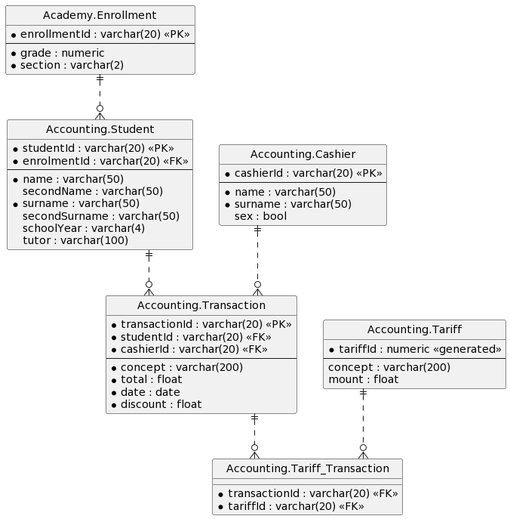
Earlier version of the PlantUML export out/DesignView/database.png (wsmcbl/wsmcbl.doc).
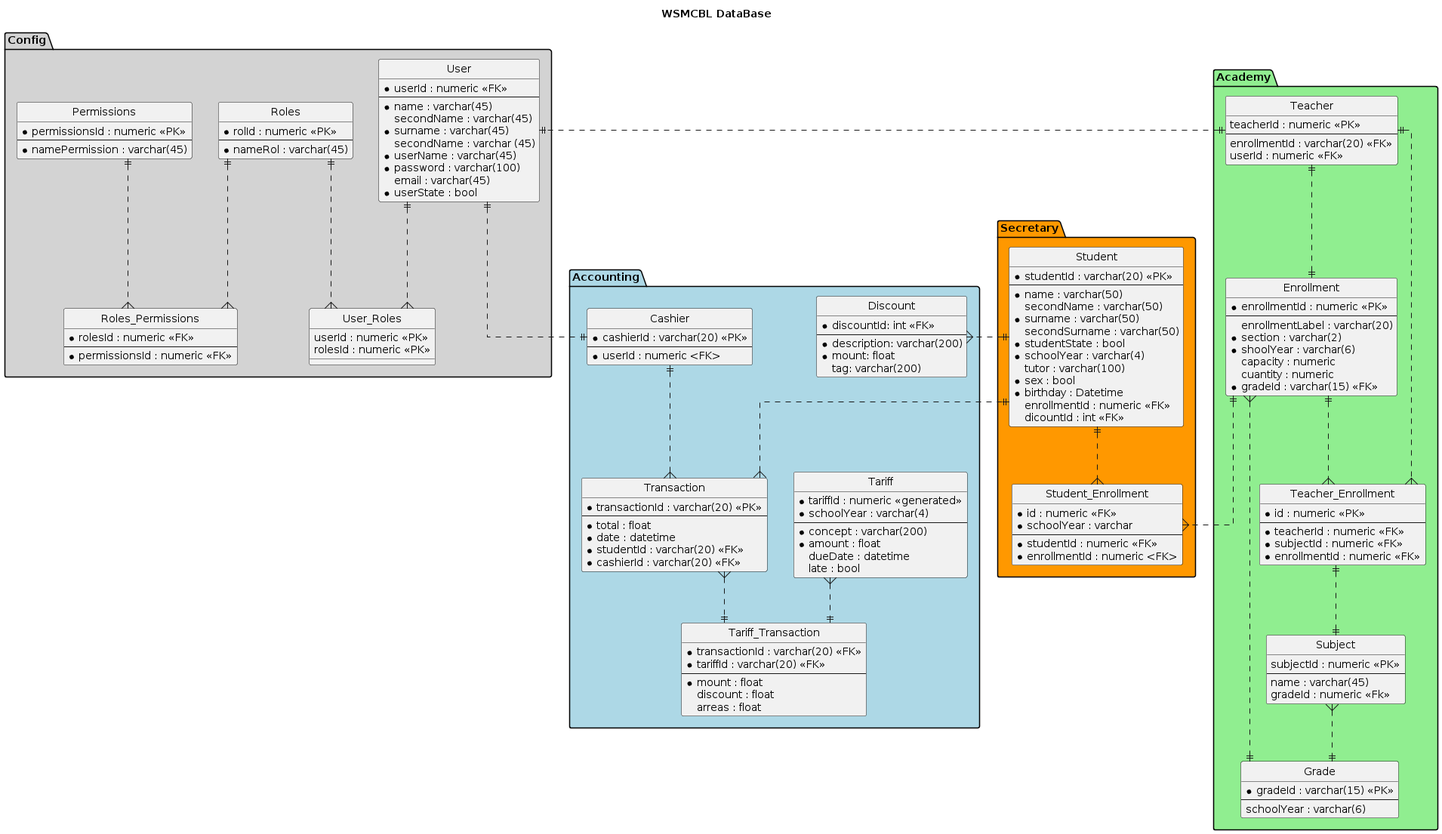
Later version of the same file.

Commit message:
Feat: Update DataBase design.

Diff of the diagram source:
```diff
@@ -1,67 +1,201 @@
 @startuml
+title WSMCBL DataBase
+
 hide circle
 skinparam linetype ortho
+package Config #LightGray
+{
+    entity User
+    {
+        * userId : numeric <<FK>>
+        --
+        * name : varchar(45)
+        secondName : varchar(45)
+        * surname : varchar(45)
+        secondName : varchar (45)
+        * userName : varchar(45)
+        * password : varchar(100)
+        email : varchar(45)
+        * userState : bool
+    }
 
-entity "Academy.Enrollment" as enrollment
-{
-    * enrollmentId : varchar(20) <<PK>>
-    --
-    * grade : numeric
-    * section : varchar(2)
+    entity Roles
+    {
+        * rolId : numeric <<PK>>
+        --
+        * nameRol : varchar(45)
+    }
+
+    entity Permissions
+    {
+        * permissionsId : numeric <<PK>>
+        --
+        * namePermission : varchar(45)
+    }
+
+    entity Roles_Permissions
+    {
+        * rolesId : numeric <<FK>>
+        --
+        * permissionsId : numeric <<FK>>
+    }
+
+    entity User_Roles
+    {
+        userId : numeric <<PK>>
+        rolesId : numeric <<PK>>
+    }
+
+    User ||..{User_Roles
+    Roles ||..{User_Roles
+    Roles ||..{Roles_Permissions
+    Permissions ||..{Roles_Permissions
 }
 
-entity "Accounting.Student" as student
+package Secretary #ff9800
 {
-    * studentId : varchar(20) <<PK>>
-    * enrolmentId : varchar(20) <<FK>>
-    --
-    * name : varchar(50)
-    secondName : varchar(50)
-    * surname : varchar(50)
-    secondSurname : varchar(50)
-    schoolYear : varchar(4)
-    tutor : varchar(100)
+    entity Student
+    {
+        * studentId : varchar(20) <<PK>>
+        --
+        * name : varchar(50)
+        secondName : varchar(50)
+        * surname : varchar(50)
+        secondSurname : varchar(50)
+        * studentState : bool
+        * schoolYear : varchar(4)
+        tutor : varchar(100)
+        * sex : bool
+        * birthday : Datetime
+        enrollmentId : numeric <<FK>>
+        dicountId : int <<FK>>
+    }
+
+    entity Student_Enrollment
+    {
+        * id : numeric <<FK>>
+        * schoolYear : varchar
+        --
+        * studentId : numeric <<FK>>
+        * enrollmentId : numeric <FK>
+    }
+
+    Student ||..{ Student_Enrollment
 }
 
-entity "Accounting.Transaction" as transaction
+package Accounting #LightBlue
 {
-    * transactionId : varchar(20) <<PK>>
-    * studentId : varchar(20) <<FK>>
-    * cashierId : varchar(20) <<FK>>
-    --
-    * concept : varchar(200)
-    * total : float
-    * date : date
-    * discount : float
+    entity Cashier
+    {
+        * cashierId : varchar(20) <<PK>>
+        --
+        * userId : numeric <FK>
+    }
+
+    entity Tariff
+    {
+        * tariffId : numeric <<generated>>
+        * schoolYear : varchar(4)
+        --
+        * concept : varchar(200)
+        * amount : float
+        dueDate : datetime
+        late : bool
+    }
+
+    entity Tariff_Transaction
+    {
+        * transactionId : varchar(20) <<FK>>
+        * tariffId : varchar(20) <<FK>>
+        --
+        * mount : float
+        discount : float
+        arreas : float
+    }
+
+    entity Transaction
+    {
+        * transactionId : varchar(20) <<PK>>
+        --
+        * total : float
+        * date : datetime
+        * studentId : varchar(20) <<FK>>
+        * cashierId : varchar(20) <<FK>>
+    }
+
+    entity Discount
+    {
+        * discountId: int <<FK>>
+        --
+        * description: varchar(200)
+        * mount: float
+        tag: varchar(200)
+    }
+
+    Cashier ||..{Transaction
+    Tariff}..|| Tariff_Transaction
+    Transaction}..|| Tariff_Transaction
 }
 
-entity "Accounting.Cashier" as cashier
+package Academy #LightGreen
 {
-    * cashierId : varchar(20) <<PK>>
-    --
-    * name : varchar(50)
-    * surname : varchar(50)
-    sex : bool
+    entity Enrollment
+    {
+        * enrollmentId : numeric <<PK>>
+        --
+        enrollmentLabel : varchar(20)
+        * section : varchar(2)
+        * shoolYear : varchar(6)
+        capacity : numeric
+        cuantity : numeric
+        * gradeId : varchar(15) <<FK>>
+    }
+
+    entity Grade
+    {
+        *gradeId : varchar(15) <<PK>>
+        --
+        schoolYear : varchar(6)
+    }
+
+    entity Subject
+    {
+        subjectId : numeric <<PK>>
+        --
+        name : varchar(45)
+        gradeId : numeric <<Fk>>
+    }
+
+    entity Teacher
+    {
+        teacherId : numeric <<PK>>
+        --
+        enrollmentId : varchar(20) <<FK>>
+        userId : numeric <<FK>>
+    }
+
+    entity Teacher_Enrollment
+    {
+        * id : numeric <<PK>>
+        --
+        * teacherId : numeric <<FK>>
+        * subjectId : numeric <<FK>>
+        * enrollmentId : numeric <<FK>>
+    }
+
+    Enrollment}..|| Grade
+    Subject}..|| Grade
+    Teacher ||..|| Enrollment
+    Teacher ||..{ Teacher_Enrollment
+    Subject ||.up.|| Teacher_Enrollment
+    Enrollment ||..{ Teacher_Enrollment
 }
 
-entity "Accounting.Tariff" as tariff
-{
-    * tariffId : numeric <<generated>>
-    --
-    concept : varchar(200)
-    mount : float
-}
 
-entity "Accounting.Tariff_Transaction" as tariffTransaction
-{
-    * transactionId : varchar(20) <<FK>>
-    * tariffId : varchar(20) <<FK>>
-}
 
-enrollment ||..o{student
-student ||..o{transaction
-cashier ||..o{transaction
-
-transaction ||..o{ tariffTransaction
-tariff ||..o{ tariffTransaction
+Student ||.left.{ Transaction
+Student ||..{ Discount
+Enrollment ||..{ Student_Enrollment
+User ||..|| Cashier
+User ||.left.|| Teacher
 @enduml
```
